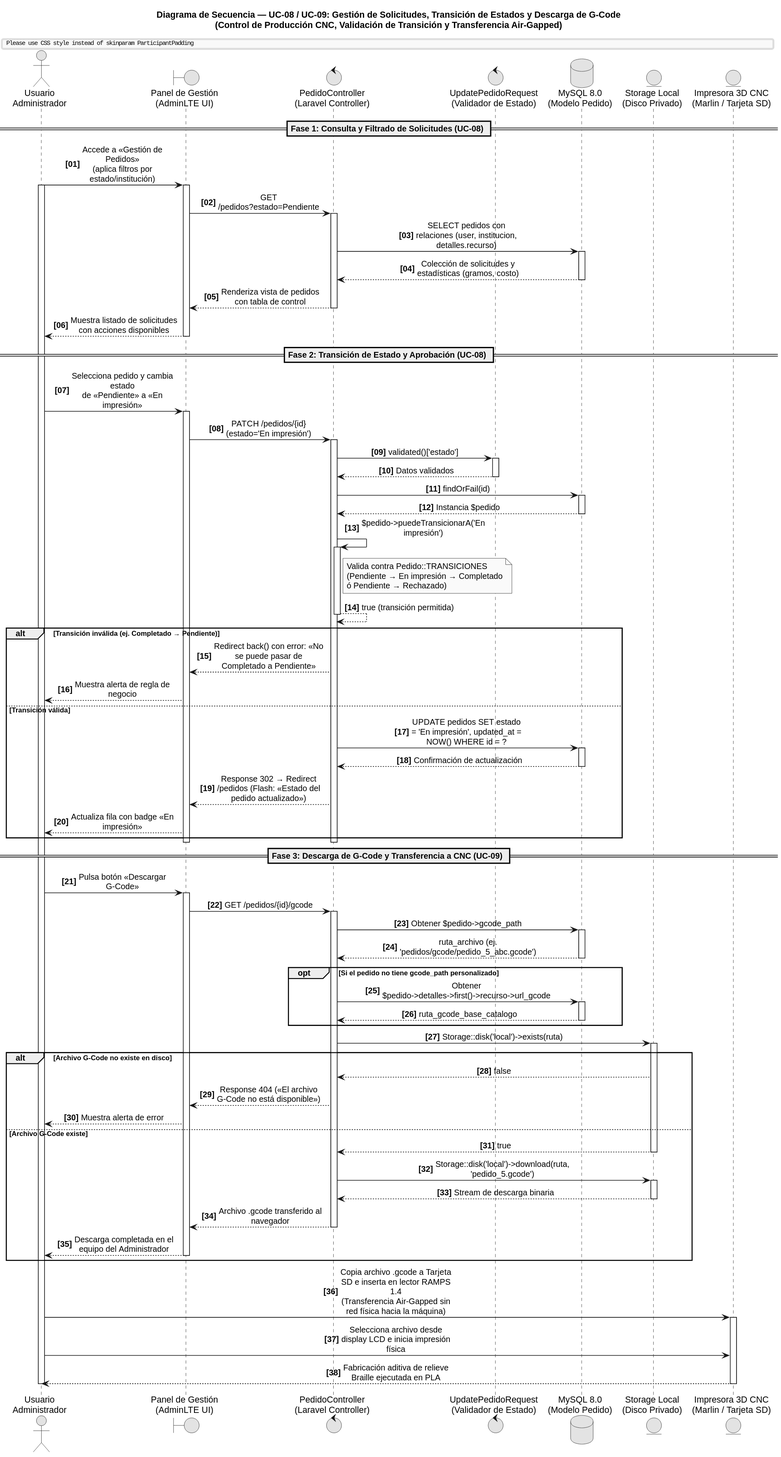
ArlTechDev/sistema-3d-inclusivo keeps this PlantUML diagram as docs/diagramas/imagenes/otros/UML_secuencia_UC08_09.svg. Above is the earlier version. Its diagram source:
```plantuml
@startuml
skinparam monochrome true
skinparam dpi 300
skinparam defaultFontName Arial
skinparam sequenceMessageAlign center
skinparam maxMessageSize 180
skinparam responseMessageBelowArrow true
skinparam BoxPadding 10
skinparam ParticipantPadding 10

title Diagrama de Secuencia — UC-08 / UC-09: Gestión de Solicitudes, Transición de Estados y Descarga de G-Code\n(Control de Producción CNC, Validación de Transición y Transferencia Air-Gapped)

actor "Usuario\nAdministrador" as A
boundary "Panel de Gestión\n(AdminLTE UI)" as UI
control "PedidoController\n(Laravel Controller)" as PC
control "UpdatePedidoRequest\n(Validador de Estado)" as UR
database "MySQL 8.0\n(Modelo Pedido)" as DB
entity "Storage Local\n(Disco Privado)" as ST
entity "Impresora 3D CNC\n(Marlin / Tarjeta SD)" as CNC

autonumber 1 "<b>[00]</b>"

== Fase 1: Consulta y Filtrado de Solicitudes (UC-08) ==

A -> UI : Accede a «Gestión de Pedidos»\n(aplica filtros por estado/institución)
activate A
activate UI

UI -> PC : GET /pedidos?estado=Pendiente
activate PC
PC -> DB : SELECT pedidos con relaciones (user, institucion, detalles.recurso)
activate DB
DB --> PC : Colección de solicitudes y estadísticas (gramos, costo)
deactivate DB
PC --> UI : Renderiza vista de pedidos con tabla de control
deactivate PC
UI --> A : Muestra listado de solicitudes con acciones disponibles
deactivate UI

== Fase 2: Transición de Estado y Aprobación (UC-08) ==

A -> UI : Selecciona pedido y cambia estado\nde «Pendiente» a «En impresión»
activate UI
UI -> PC : PATCH /pedidos/{id} (estado='En impresión')
activate PC

PC -> UR : validated()['estado']
activate UR
UR --> PC : Datos validados
deactivate UR

PC -> DB : findOrFail(id)
activate DB
DB --> PC : Instancia $pedido
deactivate DB

PC -> PC : $pedido->puedeTransicionarA('En impresión')
activate PC
note right of PC: Valida contra Pedido::TRANSICIONES\n(Pendiente → En impresión → Completado\nó Pendiente → Rechazado)
PC --> PC : true (transición permitida)
deactivate PC

alt Transición inválida (ej. Completado → Pendiente)
    PC --> UI : Redirect back() con error: «No se puede pasar de Completado a Pendiente»
    UI --> A : Muestra alerta de regla de negocio
else Transición válida
    PC -> DB : UPDATE pedidos SET estado = 'En impresión', updated_at = NOW() WHERE id = ?
    activate DB
    DB --> PC : Confirmación de actualización
    deactivate DB
    PC --> UI : Response 302 → Redirect /pedidos (Flash: «Estado del pedido actualizado»)
    UI --> A : Actualiza fila con badge «En impresión»
end
deactivate PC
deactivate UI

== Fase 3: Descarga de G-Code y Transferencia a CNC (UC-09) ==

A -> UI : Pulsa botón «Descargar G-Code»
activate UI
UI -> PC : GET /pedidos/{id}/gcode
activate PC

PC -> DB : Obtener $pedido->gcode_path
activate DB
DB --> PC : ruta_archivo (ej. 'pedidos/gcode/pedido_5_abc.gcode')
deactivate DB

opt Si el pedido no tiene gcode_path personalizado
    PC -> DB : Obtener $pedido->detalles->first()->recurso->url_gcode
    activate DB
    DB --> PC : ruta_gcode_base_catalogo
    deactivate DB
end

PC -> ST : Storage::disk('local')->exists(ruta)
activate ST
alt Archivo G-Code no existe en disco
    ST --> PC : false
    PC --> UI : Response 404 («El archivo G-Code no está disponible»)
    UI --> A : Muestra alerta de error
else Archivo G-Code existe
    ST --> PC : true
    deactivate ST
    PC -> ST : Storage::disk('local')->download(ruta, 'pedido_5.gcode')
    activate ST
    ST --> PC : Stream de descarga binaria
    deactivate ST
    PC --> UI : Archivo .gcode transferido al navegador
    deactivate PC
    UI --> A : Descarga completada en el equipo del Administrador
    deactivate UI
end

A -> CNC : Copia archivo .gcode a Tarjeta SD e inserta en lector RAMPS 1.4\n(Transferencia Air-Gapped sin red física hacia la máquina)
activate CNC
A -> CNC : Selecciona archivo desde display LCD e inicia impresión física
CNC --> A : Fabricación aditiva de relieve Braille ejecutada en PLA
deactivate CNC
deactivate A
@enduml
```
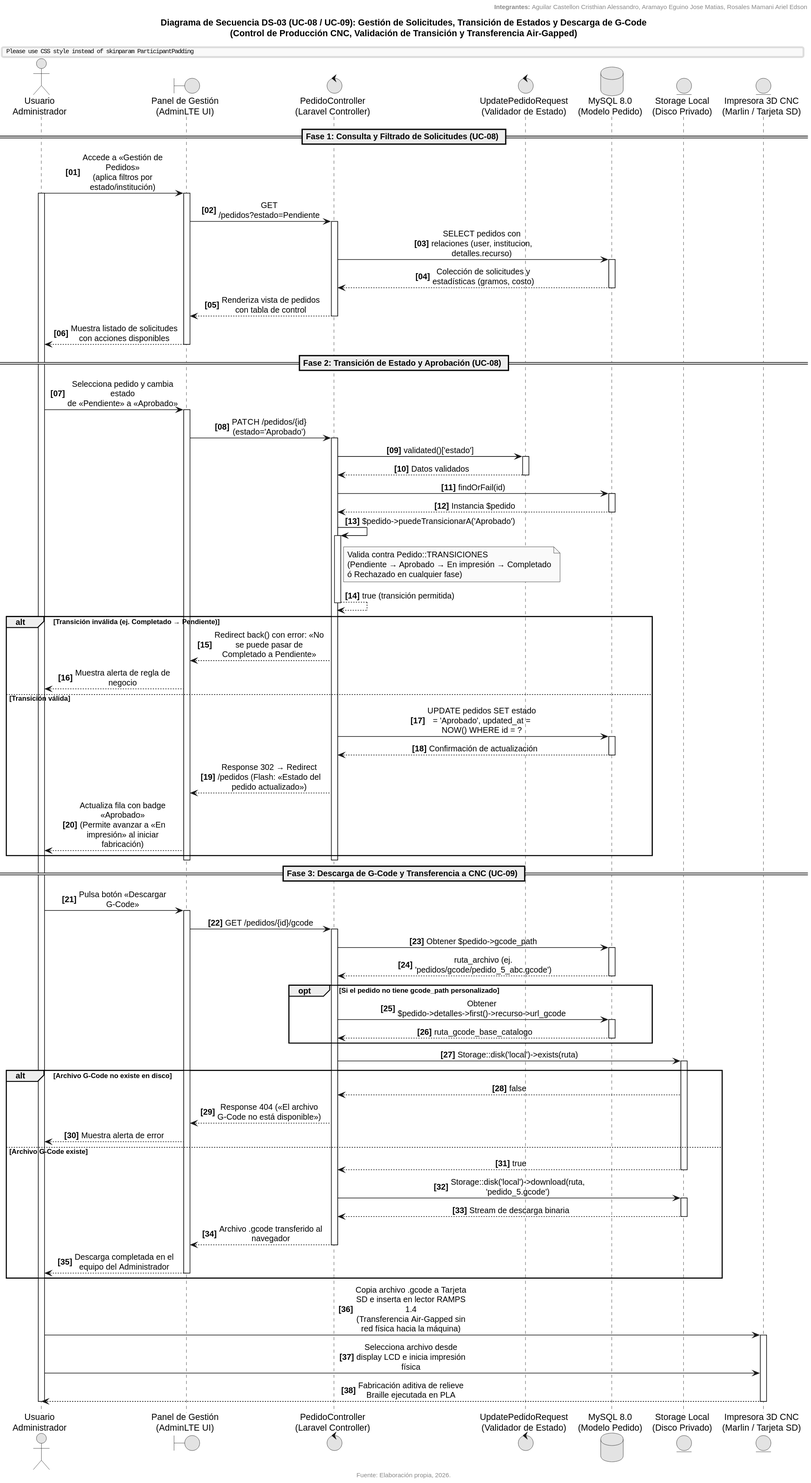
The same diagram one commit later.

What changed in the source:
```diff
@@ -8,7 +8,11 @@
 skinparam BoxPadding 10
 skinparam ParticipantPadding 10
 
-title Diagrama de Secuencia — UC-08 / UC-09: Gestión de Solicitudes, Transición de Estados y Descarga de G-Code\n(Control de Producción CNC, Validación de Transición y Transferencia Air-Gapped)
+header
+<b>Integrantes:</b> Aguilar Castellon Cristhian Alessandro, Aramayo Eguino Jose Matias, Rosales Mamani Ariel Edson
+endheader
+
+title Diagrama de Secuencia DS-03 (UC-08 / UC-09): Gestión de Solicitudes, Transición de Estados y Descarga de G-Code\n(Control de Producción CNC, Validación de Transición y Transferencia Air-Gapped)
 
 actor "Usuario\nAdministrador" as A
 boundary "Panel de Gestión\n(AdminLTE UI)" as UI
@@ -39,9 +43,9 @@
 
 == Fase 2: Transición de Estado y Aprobación (UC-08) ==
 
-A -> UI : Selecciona pedido y cambia estado\nde «Pendiente» a «En impresión»
+A -> UI : Selecciona pedido y cambia estado\nde «Pendiente» a «Aprobado»
 activate UI
-UI -> PC : PATCH /pedidos/{id} (estado='En impresión')
+UI -> PC : PATCH /pedidos/{id} (estado='Aprobado')
 activate PC
 
 PC -> UR : validated()['estado']
@@ -54,9 +58,9 @@
 DB --> PC : Instancia $pedido
 deactivate DB
 
-PC -> PC : $pedido->puedeTransicionarA('En impresión')
+PC -> PC : $pedido->puedeTransicionarA('Aprobado')
 activate PC
-note right of PC: Valida contra Pedido::TRANSICIONES\n(Pendiente → En impresión → Completado\nó Pendiente → Rechazado)
+note right of PC: Valida contra Pedido::TRANSICIONES\n(Pendiente → Aprobado → En impresión → Completado\nó Rechazado en cualquier fase)
 PC --> PC : true (transición permitida)
 deactivate PC
 
@@ -64,12 +68,12 @@
     PC --> UI : Redirect back() con error: «No se puede pasar de Completado a Pendiente»
     UI --> A : Muestra alerta de regla de negocio
 else Transición válida
-    PC -> DB : UPDATE pedidos SET estado = 'En impresión', updated_at = NOW() WHERE id = ?
+    PC -> DB : UPDATE pedidos SET estado = 'Aprobado', updated_at = NOW() WHERE id = ?
     activate DB
     DB --> PC : Confirmación de actualización
     deactivate DB
     PC --> UI : Response 302 → Redirect /pedidos (Flash: «Estado del pedido actualizado»)
-    UI --> A : Actualiza fila con badge «En impresión»
+    UI --> A : Actualiza fila con badge «Aprobado»\n(Permite avanzar a «En impresión» al iniciar fabricación)
 end
 deactivate PC
 deactivate UI
@@ -118,4 +122,6 @@
 CNC --> A : Fabricación aditiva de relieve Braille ejecutada en PLA
 deactivate CNC
 deactivate A
+
+center footer Fuente: Elaboración propia, 2026.
 @enduml
```
